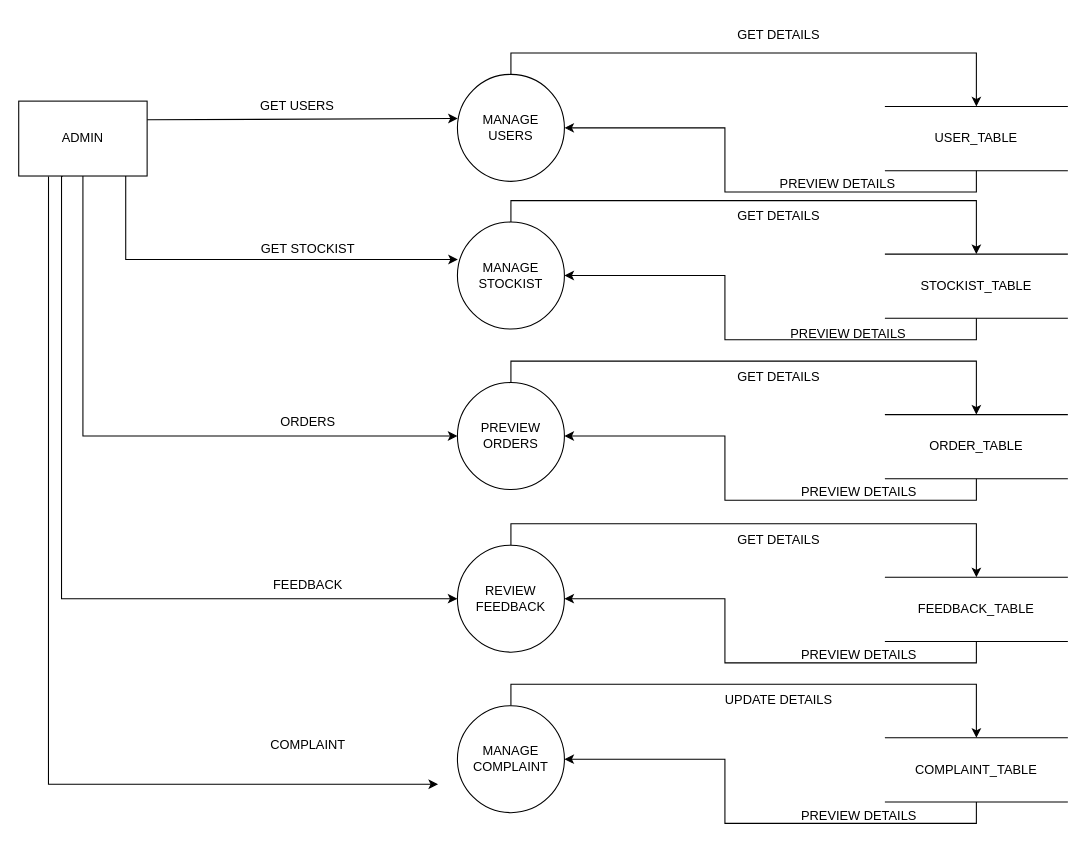
The draw.io diagram page "DFD-1(ADMIN)" (9 of 15) of _NewUsecase users (2).drawio in panchalbhavya2210/gift_documentation, before the edit. Source tidied: cells renumbered, new cells numbered last; positions are measured from the earlier drawing's top-left corner, leaving out a move shared by most shapes. Both pictures are drawn from the tidied source at 107%, with x=0, y=0 at pixel (18, 18).
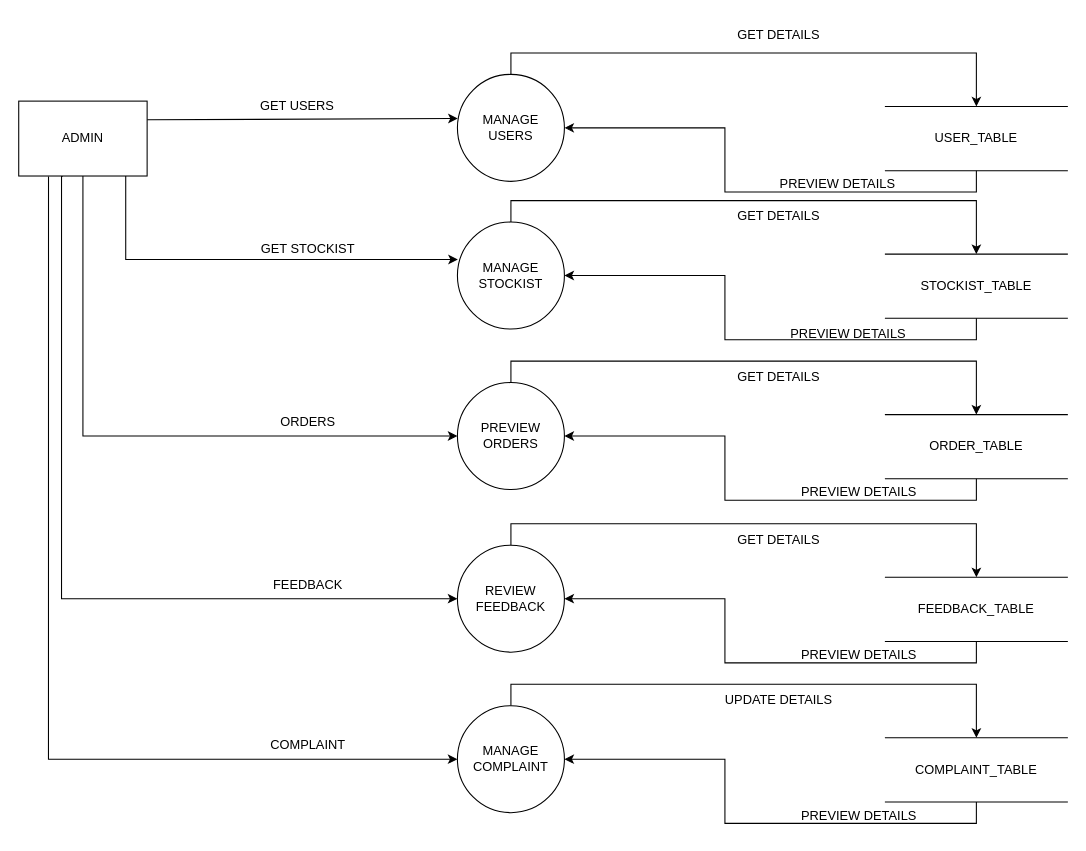
The same page after the edit.

Unchanged cells that the change refers to:
```xml
<mxCell id="10" value="ADMIN" style="rounded=0;whiteSpace=wrap;html=1;" parent="1" vertex="1">
  <mxGeometry y="77" width="120" height="70" as="geometry" />
</mxCell>
<mxCell id="36" value="MANAGE&lt;br&gt;COMPLAINT" style="ellipse;whiteSpace=wrap;html=1;" parent="1" vertex="1">
  <mxGeometry x="410" y="642" width="100" height="100" as="geometry" />
</mxCell>
```

Diff of the diagram source:
```diff
@@
-    <mxCell id="9" style="edgeStyle=orthogonalEdgeStyle;rounded=0;jettySize=auto;html=1;entryX=0;entryY=0.5;entryDx=0;entryDy=0;exitX=0.232;exitY=1.006;exitDx=0;exitDy=0;exitPerimeter=0;" parent="1" edge="1" source="10">
+    <mxCell id="9" style="edgeStyle=orthogonalEdgeStyle;rounded=0;jettySize=auto;html=1;entryX=0;entryY=0.5;entryDx=0;entryDy=0;exitX=0.232;exitY=1.006;exitDx=0;exitDy=0;exitPerimeter=0;" parent="1" edge="1" source="10" target="36">
       <mxGeometry relative="1" as="geometry">
-        <mxPoint x="391.9" y="715.5" as="targetPoint" />
         <Array as="points">
-          <mxPoint x="28" y="716" />
+          <mxPoint x="28" y="692" />
         </Array>
       </mxGeometry>
     </mxCell>
```
